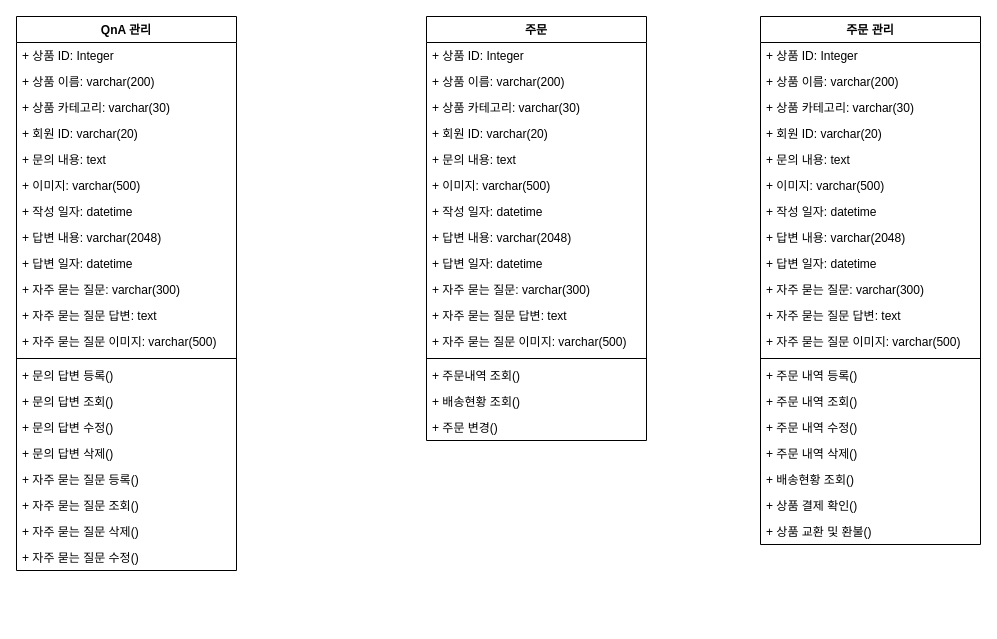
Above: Untitled Diagram.drawio in itsdam/go (draw.io), before the change. Source tidied: cells renumbered, new cells numbered last; positions are measured from the earlier drawing's top-left corner, leaving out a move shared by most shapes. Both pictures are drawn from the tidied source at 100%, with x=0, y=0 at pixel (16, 16).
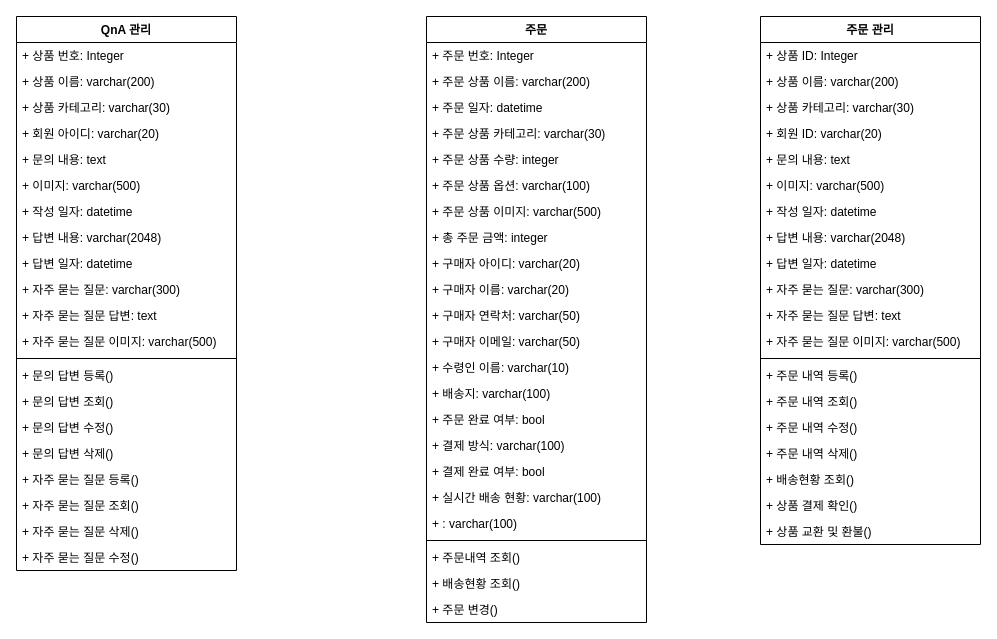
Above is the later version.

The change refers to these unchanged cells:
```xml
<mxCell id="2" value="QnA 관리" style="swimlane;fontStyle=1;align=center;verticalAlign=top;horizontal=1;startSize=26;" parent="1" vertex="1">
  <mxGeometry width="220" height="554" as="geometry" />
</mxCell>
```

Diff of the diagram source:
```diff
@@
-    <mxCell id="3" value="+ 상품 ID: Integer" style="text;strokeColor=none;fillColor=none;align=left;verticalAlign=top;spacingLeft=4;spacingRight=4;overflow=hidden;" parent="2" vertex="1">
+    <mxCell id="3" value="+ 상품 번호: Integer" style="text;strokeColor=none;fillColor=none;align=left;verticalAlign=top;spacingLeft=4;spacingRight=4;overflow=hidden;" parent="2" vertex="1">
       <mxGeometry y="26" width="220" height="26" as="geometry" />
     </mxCell>
@@
-    <mxCell id="6" value="+ 회원 ID: varchar(20)" style="text;strokeColor=none;fillColor=none;align=left;verticalAlign=top;spacingLeft=4;spacingRight=4;overflow=hidden;" parent="2" vertex="1">
+    <mxCell id="6" value="+ 회원 아이디: varchar(20)" style="text;strokeColor=none;fillColor=none;align=left;verticalAlign=top;spacingLeft=4;spacingRight=4;overflow=hidden;" parent="2" vertex="1">
       <mxGeometry y="104" width="220" height="26" as="geometry" />
     </mxCell>
@@
     <mxCell id="24" value="주문" style="swimlane;fontStyle=1;align=center;verticalAlign=top;horizontal=1;startSize=26;" parent="1" vertex="1">
-      <mxGeometry x="410" width="220" height="424" as="geometry" />
+      <mxGeometry x="410" width="220" height="606" as="geometry" />
     </mxCell>
-    <mxCell id="25" value="+ 상품 ID: Integer" style="text;strokeColor=none;fillColor=none;align=left;verticalAlign=top;spacingLeft=4;spacingRight=4;overflow=hidden;" parent="24" vertex="1">
+    <mxCell id="25" value="+ 주문 번호: Integer" style="text;strokeColor=none;fillColor=none;align=left;verticalAlign=top;spacingLeft=4;spacingRight=4;overflow=hidden;" parent="24" vertex="1">
       <mxGeometry y="26" width="220" height="26" as="geometry" />
     </mxCell>
-    <mxCell id="26" value="+ 상품 이름: varchar(200)" style="text;strokeColor=none;fillColor=none;align=left;verticalAlign=top;spacingLeft=4;spacingRight=4;overflow=hidden;" parent="24" vertex="1">
+    <mxCell id="26" value="+ 주문 상품 이름: varchar(200)" style="text;strokeColor=none;fillColor=none;align=left;verticalAlign=top;spacingLeft=4;spacingRight=4;overflow=hidden;" parent="24" vertex="1">
       <mxGeometry y="52" width="220" height="26" as="geometry" />
     </mxCell>
+    <mxCell id="62" value="+ 주문 일자: datetime" style="text;strokeColor=none;fillColor=none;align=left;verticalAlign=top;spacingLeft=4;spacingRight=4;overflow=hidden;" parent="24" vertex="1">
+      <mxGeometry y="78" width="220" height="26" as="geometry" />
+    </mxCell>
-    <mxCell id="27" value="+ 상품 카테고리: varchar(30)" style="text;strokeColor=none;fillColor=none;align=left;verticalAlign=top;spacingLeft=4;spacingRight=4;overflow=hidden;" parent="24" vertex="1">
-      <mxGeometry y="78" width="220" height="26" as="geometry" />
+    <mxCell id="27" value="+ 주문 상품 카테고리: varchar(30)" style="text;strokeColor=none;fillColor=none;align=left;verticalAlign=top;spacingLeft=4;spacingRight=4;overflow=hidden;" parent="24" vertex="1">
+      <mxGeometry y="104" width="220" height="26" as="geometry" />
     </mxCell>
+    <mxCell id="63" value="+ 주문 상품 수량: integer" style="text;strokeColor=none;fillColor=none;align=left;verticalAlign=top;spacingLeft=4;spacingRight=4;overflow=hidden;" parent="24" vertex="1">
+      <mxGeometry y="130" width="220" height="26" as="geometry" />
+    </mxCell>
+    <mxCell id="64" value="+ 주문 상품 옵션: varchar(100)" style="text;strokeColor=none;fillColor=none;align=left;verticalAlign=top;spacingLeft=4;spacingRight=4;overflow=hidden;" parent="24" vertex="1">
+      <mxGeometry y="156" width="220" height="26" as="geometry" />
+    </mxCell>
+    <mxCell id="30" value="+ 주문 상품 이미지: varchar(500)" style="text;strokeColor=none;fillColor=none;align=left;verticalAlign=top;spacingLeft=4;spacingRight=4;overflow=hidden;" parent="24" vertex="1">
+      <mxGeometry y="182" width="220" height="26" as="geometry" />
+    </mxCell>
+    <mxCell id="65" value="+ 총 주문 금액: integer" style="text;strokeColor=none;fillColor=none;align=left;verticalAlign=top;spacingLeft=4;spacingRight=4;overflow=hidden;" parent="24" vertex="1">
+      <mxGeometry y="208" width="220" height="26" as="geometry" />
+    </mxCell>
-    <mxCell id="28" value="+ 회원 ID: varchar(20)" style="text;strokeColor=none;fillColor=none;align=left;verticalAlign=top;spacingLeft=4;spacingRight=4;overflow=hidden;" parent="24" vertex="1">
-      <mxGeometry y="104" width="220" height="26" as="geometry" />
+    <mxCell id="28" value="+ 구매자 아이디: varchar(20)" style="text;strokeColor=none;fillColor=none;align=left;verticalAlign=top;spacingLeft=4;spacingRight=4;overflow=hidden;" parent="24" vertex="1">
+      <mxGeometry y="234" width="220" height="26" as="geometry" />
     </mxCell>
-    <mxCell id="29" value="+ 문의 내용: text" style="text;strokeColor=none;fillColor=none;align=left;verticalAlign=top;spacingLeft=4;spacingRight=4;overflow=hidden;" parent="24" vertex="1">
-      <mxGeometry y="130" width="220" height="26" as="geometry" />
-    </mxCell>
-    <mxCell id="30" value="+ 이미지: varchar(500)" style="text;strokeColor=none;fillColor=none;align=left;verticalAlign=top;spacingLeft=4;spacingRight=4;overflow=hidden;" parent="24" vertex="1">
-      <mxGeometry y="156" width="220" height="26" as="geometry" />
-    </mxCell>
-    <mxCell id="31" value="+ 작성 일자: datetime" style="text;strokeColor=none;fillColor=none;align=left;verticalAlign=top;spacingLeft=4;spacingRight=4;overflow=hidden;" parent="24" vertex="1">
-      <mxGeometry y="182" width="220" height="26" as="geometry" />
-    </mxCell>
-    <mxCell id="32" value="+ 답변 내용: varchar(2048)" style="text;strokeColor=none;fillColor=none;align=left;verticalAlign=top;spacingLeft=4;spacingRight=4;overflow=hidden;" parent="24" vertex="1">
-      <mxGeometry y="208" width="220" height="26" as="geometry" />
-    </mxCell>
-    <mxCell id="33" value="+ 답변 일자: datetime" style="text;strokeColor=none;fillColor=none;align=left;verticalAlign=top;spacingLeft=4;spacingRight=4;overflow=hidden;" parent="24" vertex="1">
-      <mxGeometry y="234" width="220" height="26" as="geometry" />
-    </mxCell>
-    <mxCell id="34" value="+ 자주 묻는 질문: varchar(300)" style="text;strokeColor=none;fillColor=none;align=left;verticalAlign=top;spacingLeft=4;spacingRight=4;overflow=hidden;" parent="24" vertex="1">
-      <mxGeometry y="260" width="220" height="26" as="geometry" />
-    </mxCell>
-    <mxCell id="35" value="+ 자주 묻는 질문 답변: text" style="text;strokeColor=none;fillColor=none;align=left;verticalAlign=top;spacingLeft=4;spacingRight=4;overflow=hidden;" parent="24" vertex="1">
-      <mxGeometry y="286" width="220" height="26" as="geometry" />
-    </mxCell>
-    <mxCell id="36" value="+ 자주 묻는 질문 이미지: varchar(500)" style="text;strokeColor=none;fillColor=none;align=left;verticalAlign=top;spacingLeft=4;spacingRight=4;overflow=hidden;" parent="24" vertex="1">
-      <mxGeometry y="312" width="220" height="26" as="geometry" />
-    </mxCell>
+    <mxCell id="66" value="+ 구매자 이름: varchar(20)" style="text;strokeColor=none;fillColor=none;align=left;verticalAlign=top;spacingLeft=4;spacingRight=4;overflow=hidden;" parent="24" vertex="1">
+      <mxGeometry y="260" width="220" height="26" as="geometry" />
+    </mxCell>
+    <mxCell id="67" value="+ 구매자 연락처: varchar(50)" style="text;strokeColor=none;fillColor=none;align=left;verticalAlign=top;spacingLeft=4;spacingRight=4;overflow=hidden;" parent="24" vertex="1">
+      <mxGeometry y="286" width="220" height="26" as="geometry" />
+    </mxCell>
+    <mxCell id="68" value="+ 구매자 이메일: varchar(50)" style="text;strokeColor=none;fillColor=none;align=left;verticalAlign=top;spacingLeft=4;spacingRight=4;overflow=hidden;" parent="24" vertex="1">
+      <mxGeometry y="312" width="220" height="26" as="geometry" />
+    </mxCell>
+    <mxCell id="69" value="+ 수령인 이름: varchar(10)&#10;" style="text;strokeColor=none;fillColor=none;align=left;verticalAlign=top;spacingLeft=4;spacingRight=4;overflow=hidden;" parent="24" vertex="1">
+      <mxGeometry y="338" width="220" height="26" as="geometry" />
+    </mxCell>
+    <mxCell id="70" value="+ 배송지: varchar(100)" style="text;strokeColor=none;fillColor=none;align=left;verticalAlign=top;spacingLeft=4;spacingRight=4;overflow=hidden;" parent="24" vertex="1">
+      <mxGeometry y="364" width="220" height="26" as="geometry" />
+    </mxCell>
+    <mxCell id="71" value="+ 주문 완료 여부: bool" style="text;strokeColor=none;fillColor=none;align=left;verticalAlign=top;spacingLeft=4;spacingRight=4;overflow=hidden;" parent="24" vertex="1">
+      <mxGeometry y="390" width="220" height="26" as="geometry" />
+    </mxCell>
+    <mxCell id="72" value="+ 결제 방식: varchar(100)" style="text;strokeColor=none;fillColor=none;align=left;verticalAlign=top;spacingLeft=4;spacingRight=4;overflow=hidden;" parent="24" vertex="1">
+      <mxGeometry y="416" width="220" height="26" as="geometry" />
+    </mxCell>
+    <mxCell id="73" value="+ 결제 완료 여부: bool" style="text;strokeColor=none;fillColor=none;align=left;verticalAlign=top;spacingLeft=4;spacingRight=4;overflow=hidden;" parent="24" vertex="1">
+      <mxGeometry y="442" width="220" height="26" as="geometry" />
+    </mxCell>
+    <mxCell id="74" value="+ 실시간 배송 현황: varchar(100)" style="text;strokeColor=none;fillColor=none;align=left;verticalAlign=top;spacingLeft=4;spacingRight=4;overflow=hidden;" parent="24" vertex="1">
+      <mxGeometry y="468" width="220" height="26" as="geometry" />
+    </mxCell>
+    <mxCell id="75" value="+ : varchar(100)" style="text;strokeColor=none;fillColor=none;align=left;verticalAlign=top;spacingLeft=4;spacingRight=4;overflow=hidden;" parent="24" vertex="1">
+      <mxGeometry y="494" width="220" height="26" as="geometry" />
+    </mxCell>
     <mxCell id="37" style="line;strokeWidth=1;fillColor=none;align=left;verticalAlign=middle;spacingTop=-1;spacingLeft=3;spacingRight=3;labelPosition=right;" parent="24" vertex="1">
-      <mxGeometry y="338" width="220" height="8" as="geometry" />
+      <mxGeometry y="520" width="220" height="8" as="geometry" />
     </mxCell>
     <mxCell id="38" value="+ 주문내역 조회()" style="text;strokeColor=none;fillColor=none;align=left;verticalAlign=top;spacingLeft=4;spacingRight=4;overflow=hidden;" parent="24" vertex="1">
-      <mxGeometry y="346" width="220" height="26" as="geometry" />
+      <mxGeometry y="528" width="220" height="26" as="geometry" />
     </mxCell>
     <mxCell id="39" value="+ 배송현황 조회()" style="text;strokeColor=none;fillColor=none;align=left;verticalAlign=top;spacingLeft=4;spacingRight=4;overflow=hidden;" parent="24" vertex="1">
-      <mxGeometry y="372" width="220" height="26" as="geometry" />
+      <mxGeometry y="554" width="220" height="26" as="geometry" />
     </mxCell>
     <mxCell id="40" value="+ 주문 변경()" style="text;strokeColor=none;fillColor=none;align=left;verticalAlign=top;spacingLeft=4;spacingRight=4;overflow=hidden;" parent="24" vertex="1">
-      <mxGeometry y="398" width="220" height="26" as="geometry" />
+      <mxGeometry y="580" width="220" height="26" as="geometry" />
     </mxCell>
```
